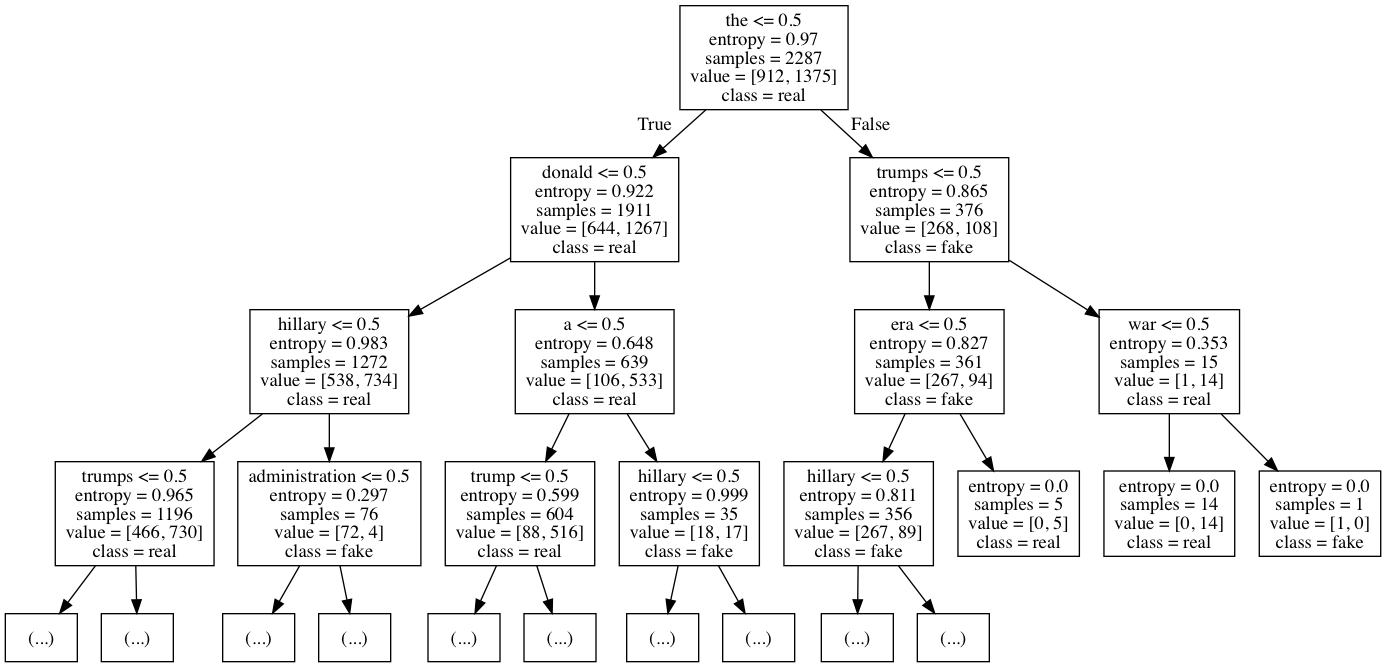
The Graphviz diagram tree.png in derekli19951103/MLa3, before a commit. Its source is kept beside it as tree.dot.
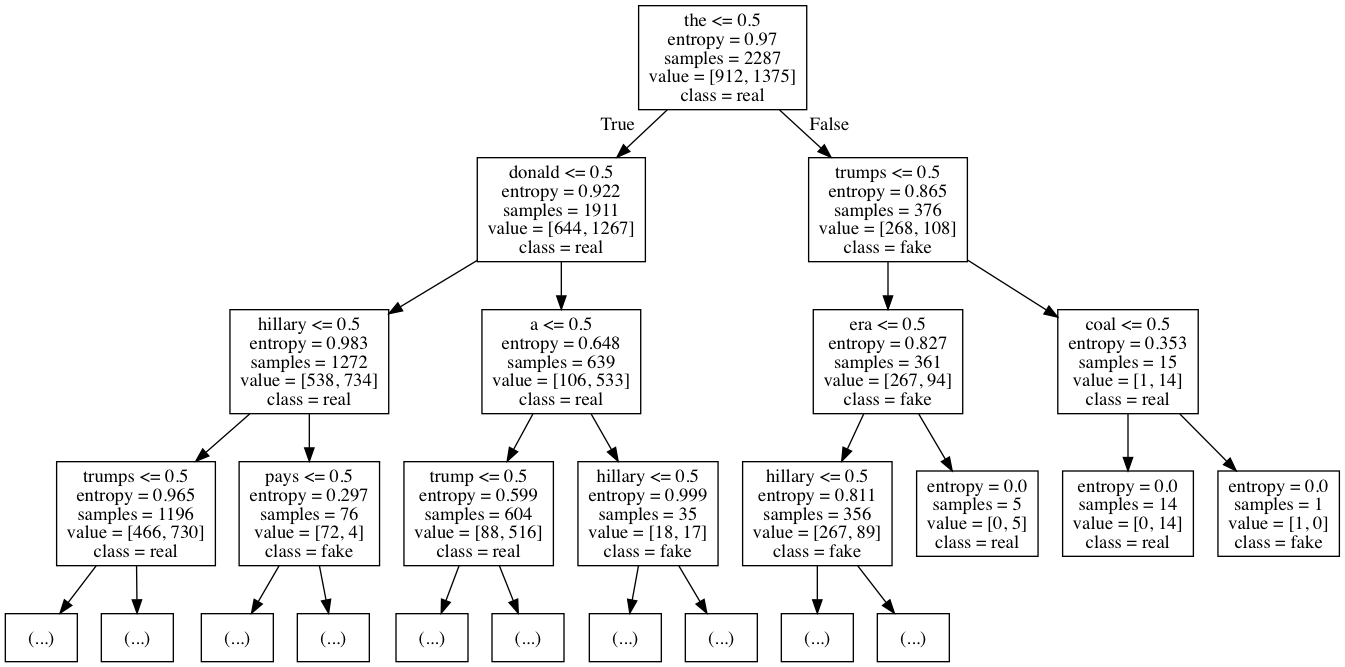
The same file after the commit.

What changed in the source:
```diff
@@ -9,44 +9,44 @@
 2 -> 3 ;
 4 [label="(...)"] ;
 3 -> 4 ;
-461 [label="(...)"] ;
-3 -> 461 ;
-466 [label="administration <= 0.5\nentropy = 0.297\nsamples = 76\nvalue = [72, 4]\nclass = fake"] ;
-2 -> 466 ;
-467 [label="(...)"] ;
-466 -> 467 ;
-478 [label="(...)"] ;
-466 -> 478 ;
-479 [label="a <= 0.5\nentropy = 0.648\nsamples = 639\nvalue = [106, 533]\nclass = real"] ;
-1 -> 479 ;
-480 [label="trump <= 0.5\nentropy = 0.599\nsamples = 604\nvalue = [88, 516]\nclass = real"] ;
-479 -> 480 ;
-481 [label="(...)"] ;
-480 -> 481 ;
-482 [label="(...)"] ;
-480 -> 482 ;
-605 [label="hillary <= 0.5\nentropy = 0.999\nsamples = 35\nvalue = [18, 17]\nclass = fake"] ;
-479 -> 605 ;
-606 [label="(...)"] ;
-605 -> 606 ;
-625 [label="(...)"] ;
-605 -> 625 ;
-626 [label="trumps <= 0.5\nentropy = 0.865\nsamples = 376\nvalue = [268, 108]\nclass = fake"] ;
-0 -> 626 [labeldistance=2.5, labelangle=-45, headlabel="False"] ;
-627 [label="era <= 0.5\nentropy = 0.827\nsamples = 361\nvalue = [267, 94]\nclass = fake"] ;
-626 -> 627 ;
-628 [label="hillary <= 0.5\nentropy = 0.811\nsamples = 356\nvalue = [267, 89]\nclass = fake"] ;
-627 -> 628 ;
-629 [label="(...)"] ;
-628 -> 629 ;
-788 [label="(...)"] ;
-628 -> 788 ;
-789 [label="entropy = 0.0\nsamples = 5\nvalue = [0, 5]\nclass = real"] ;
-627 -> 789 ;
-790 [label="war <= 0.5\nentropy = 0.353\nsamples = 15\nvalue = [1, 14]\nclass = real"] ;
-626 -> 790 ;
-791 [label="entropy = 0.0\nsamples = 14\nvalue = [0, 14]\nclass = real"] ;
-790 -> 791 ;
-792 [label="entropy = 0.0\nsamples = 1\nvalue = [1, 0]\nclass = fake"] ;
-790 -> 792 ;
+451 [label="(...)"] ;
+3 -> 451 ;
+456 [label="pays <= 0.5\nentropy = 0.297\nsamples = 76\nvalue = [72, 4]\nclass = fake"] ;
+2 -> 456 ;
+457 [label="(...)"] ;
+456 -> 457 ;
+468 [label="(...)"] ;
+456 -> 468 ;
+469 [label="a <= 0.5\nentropy = 0.648\nsamples = 639\nvalue = [106, 533]\nclass = real"] ;
+1 -> 469 ;
+470 [label="trump <= 0.5\nentropy = 0.599\nsamples = 604\nvalue = [88, 516]\nclass = real"] ;
+469 -> 470 ;
+471 [label="(...)"] ;
+470 -> 471 ;
+472 [label="(...)"] ;
+470 -> 472 ;
+595 [label="hillary <= 0.5\nentropy = 0.999\nsamples = 35\nvalue = [18, 17]\nclass = fake"] ;
+469 -> 595 ;
+596 [label="(...)"] ;
+595 -> 596 ;
+615 [label="(...)"] ;
+595 -> 615 ;
+616 [label="trumps <= 0.5\nentropy = 0.865\nsamples = 376\nvalue = [268, 108]\nclass = fake"] ;
+0 -> 616 [labeldistance=2.5, labelangle=-45, headlabel="False"] ;
+617 [label="era <= 0.5\nentropy = 0.827\nsamples = 361\nvalue = [267, 94]\nclass = fake"] ;
+616 -> 617 ;
+618 [label="hillary <= 0.5\nentropy = 0.811\nsamples = 356\nvalue = [267, 89]\nclass = fake"] ;
+617 -> 618 ;
+619 [label="(...)"] ;
+618 -> 619 ;
+776 [label="(...)"] ;
+618 -> 776 ;
+777 [label="entropy = 0.0\nsamples = 5\nvalue = [0, 5]\nclass = real"] ;
+617 -> 777 ;
+778 [label="coal <= 0.5\nentropy = 0.353\nsamples = 15\nvalue = [1, 14]\nclass = real"] ;
+616 -> 778 ;
+779 [label="entropy = 0.0\nsamples = 14\nvalue = [0, 14]\nclass = real"] ;
+778 -> 779 ;
+780 [label="entropy = 0.0\nsamples = 1\nvalue = [1, 0]\nclass = fake"] ;
+778 -> 780 ;
 }
```
